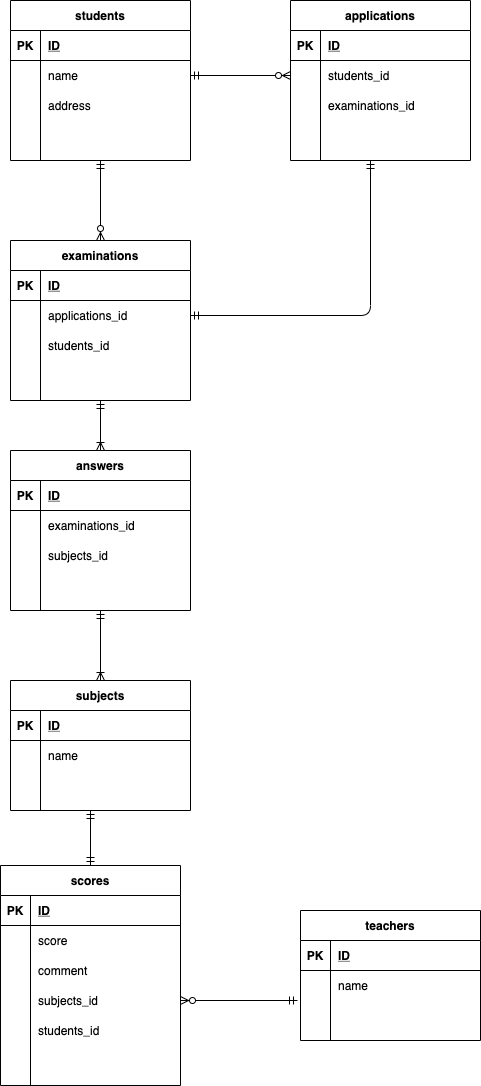
Before: index.drawio.png, a diagram exported from draw.io (nann-q/ER). Source tidied: cells renumbered, new cells last; positions are measured from the earlier drawing's top-left corner, leaving out a move shared by most shapes.
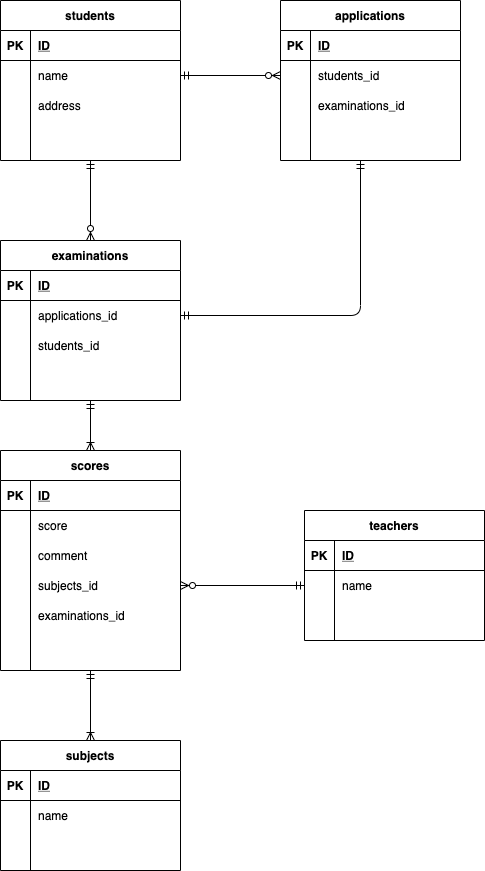
After the commit.

Change to the diagram source:
```diff
@@ -83,8 +83,10 @@
     <mxCell id="28" style="shape=partialRectangle;fillColor=none;top=0;left=0;bottom=0;right=0;align=left;spacingLeft=6;overflow=hidden;" parent="26" vertex="1">
       <mxGeometry x="30" width="150" height="30" as="geometry" />
     </mxCell>
-    <mxCell id="29" style="edgeStyle=orthogonalEdgeStyle;rounded=0;jettySize=auto;html=1;exitX=0.5;exitY=1;exitDx=0;exitDy=0;entryX=0.5;entryY=0;entryDx=0;entryDy=0;startArrow=ERmandOne;startFill=0;endArrow=ERoneToMany;endFill=0;" parent="1" edge="1" source="30" target="76">
-      <mxGeometry relative="1" as="geometry" />
+    <mxCell id="29" style="edgeStyle=orthogonalEdgeStyle;rounded=0;jettySize=auto;html=1;exitX=0.5;exitY=1;exitDx=0;exitDy=0;entryX=0.5;entryY=0;entryDx=0;entryDy=0;startArrow=ERmandOne;startFill=0;endArrow=ERoneToMany;endFill=0;" parent="1" edge="1" source="30">
+      <mxGeometry relative="1" as="geometry">
+        <mxPoint x="100" y="450" as="targetPoint" />
+      </mxGeometry>
     </mxCell>
     <mxCell id="30" value="examinations" style="shape=table;startSize=30;rowLines=0;fontStyle=1;align=center;" parent="1" vertex="1">
       <mxGeometry x="10" y="240" width="180" height="160" as="geometry" />
@@ -125,13 +127,11 @@
     <mxCell id="42" style="shape=partialRectangle;fillColor=none;top=0;left=0;bottom=0;right=0;align=left;spacingLeft=6;overflow=hidden;" parent="40" vertex="1">
       <mxGeometry x="30" width="150" height="30" as="geometry" />
     </mxCell>
-    <mxCell id="43" style="edgeStyle=orthogonalEdgeStyle;rounded=0;jettySize=auto;html=1;startArrow=ERmandOne;startFill=0;endArrow=ERmandOne;endFill=0;" parent="1" edge="1" target="44">
-      <mxGeometry relative="1" as="geometry">
-        <mxPoint x="90" y="810" as="sourcePoint" />
-      </mxGeometry>
-    </mxCell>
+    <mxCell id="100" style="edgeStyle=orthogonalEdgeStyle;rounded=0;jettySize=auto;html=1;exitX=0.5;exitY=1;exitDx=0;exitDy=0;entryX=0.5;entryY=0;entryDx=0;entryDy=0;endArrow=ERoneToMany;endFill=0;startArrow=ERmandOne;startFill=0;" parent="1" edge="1" source="44" target="89">
+      <mxGeometry relative="1" as="geometry" />
+    </mxCell>
     <mxCell id="44" value="scores" style="shape=table;startSize=30;rowLines=0;fontStyle=1;align=center;" parent="1" vertex="1">
-      <mxGeometry y="865" width="180" height="220" as="geometry" />
+      <mxGeometry x="10" y="450" width="180" height="220" as="geometry" />
     </mxCell>
     <mxCell id="45" style="shape=partialRectangle;fillColor=none;top=0;left=0;bottom=1;right=0;" parent="44" vertex="1">
       <mxGeometry y="30" width="180" height="30" as="geometry" />
@@ -175,7 +175,7 @@
     <mxCell id="58" style="shape=partialRectangle;fillColor=none;top=0;left=0;bottom=0;right=0;overflow=hidden;" parent="57" vertex="1">
       <mxGeometry width="30" height="30" as="geometry" />
     </mxCell>
-    <mxCell id="59" value="students_id" style="shape=partialRectangle;fillColor=none;top=0;left=0;bottom=0;right=0;align=left;spacingLeft=6;overflow=hidden;" parent="57" vertex="1">
+    <mxCell id="59" value="examinations_id" style="shape=partialRectangle;fillColor=none;top=0;left=0;bottom=0;right=0;align=left;spacingLeft=6;overflow=hidden;" parent="57" vertex="1">
       <mxGeometry x="30" width="150" height="30" as="geometry" />
     </mxCell>
     <mxCell id="60" style="shape=partialRectangle;fillColor=none;top=0;left=0;bottom=0;right=0;" parent="44" vertex="1">
@@ -188,7 +188,7 @@
       <mxGeometry x="30" width="150" height="30" as="geometry" />
     </mxCell>
     <mxCell id="63" value="teachers" style="shape=table;startSize=30;rowLines=0;fontStyle=1;align=center;" parent="1" vertex="1">
-      <mxGeometry x="300" y="910" width="180" height="130" as="geometry" />
+      <mxGeometry x="314" y="510" width="180" height="130" as="geometry" />
     </mxCell>
     <mxCell id="64" style="shape=partialRectangle;fillColor=none;top=0;left=0;bottom=1;right=0;" parent="63" vertex="1">
       <mxGeometry y="30" width="180" height="30" as="geometry" />
@@ -225,50 +225,8 @@
         <mxPoint x="370" y="160" as="sourcePoint" />
       </mxGeometry>
     </mxCell>
-    <mxCell id="75" style="edgeStyle=orthogonalEdgeStyle;rounded=0;jettySize=auto;html=1;entryX=0.5;entryY=0;entryDx=0;entryDy=0;startArrow=ERmandOne;startFill=0;endArrow=ERoneToMany;endFill=0;" parent="1" edge="1" source="76" target="89">
-      <mxGeometry relative="1" as="geometry" />
-    </mxCell>
-    <mxCell id="76" value="answers" style="shape=table;startSize=30;rowLines=0;fontStyle=1;align=center;" parent="1" vertex="1">
-      <mxGeometry x="10" y="450" width="180" height="160" as="geometry" />
-    </mxCell>
-    <mxCell id="77" style="shape=partialRectangle;fillColor=none;top=0;left=0;bottom=1;right=0;" parent="76" vertex="1">
-      <mxGeometry y="30" width="180" height="30" as="geometry" />
-    </mxCell>
-    <mxCell id="78" value="PK" style="shape=partialRectangle;fillColor=none;top=0;left=0;bottom=0;right=0;fontStyle=1;overflow=hidden;" parent="77" vertex="1">
-      <mxGeometry width="30" height="30" as="geometry" />
-    </mxCell>
-    <mxCell id="79" value="ID" style="shape=partialRectangle;fillColor=none;top=0;left=0;bottom=0;right=0;align=left;spacingLeft=6;fontStyle=5;overflow=hidden;" parent="77" vertex="1">
-      <mxGeometry x="30" width="150" height="30" as="geometry" />
-    </mxCell>
-    <mxCell id="80" style="shape=partialRectangle;fillColor=none;top=0;left=0;bottom=0;right=0;" parent="76" vertex="1">
-      <mxGeometry y="60" width="180" height="30" as="geometry" />
-    </mxCell>
-    <mxCell id="81" style="shape=partialRectangle;fillColor=none;top=0;left=0;bottom=0;right=0;overflow=hidden;" parent="80" vertex="1">
-      <mxGeometry width="30" height="30" as="geometry" />
-    </mxCell>
-    <mxCell id="82" value="examinations_id" style="shape=partialRectangle;fillColor=none;top=0;left=0;bottom=0;right=0;align=left;spacingLeft=6;overflow=hidden;" parent="80" vertex="1">
-      <mxGeometry x="30" width="150" height="30" as="geometry" />
-    </mxCell>
-    <mxCell id="83" style="shape=partialRectangle;fillColor=none;top=0;left=0;bottom=0;right=0;" parent="76" vertex="1">
-      <mxGeometry y="90" width="180" height="30" as="geometry" />
-    </mxCell>
-    <mxCell id="84" style="shape=partialRectangle;fillColor=none;top=0;left=0;bottom=0;right=0;overflow=hidden;" parent="83" vertex="1">
-      <mxGeometry width="30" height="30" as="geometry" />
-    </mxCell>
-    <mxCell id="85" value="subjects_id" style="shape=partialRectangle;fillColor=none;top=0;left=0;bottom=0;right=0;align=left;spacingLeft=6;overflow=hidden;" parent="83" vertex="1">
-      <mxGeometry x="30" width="150" height="30" as="geometry" />
-    </mxCell>
-    <mxCell id="86" style="shape=partialRectangle;fillColor=none;top=0;left=0;bottom=0;right=0;" parent="76" vertex="1">
-      <mxGeometry y="120" width="180" height="30" as="geometry" />
-    </mxCell>
-    <mxCell id="87" style="shape=partialRectangle;fillColor=none;top=0;left=0;bottom=0;right=0;overflow=hidden;" parent="86" vertex="1">
-      <mxGeometry width="30" height="30" as="geometry" />
-    </mxCell>
-    <mxCell id="88" style="shape=partialRectangle;fillColor=none;top=0;left=0;bottom=0;right=0;align=left;spacingLeft=6;overflow=hidden;" parent="86" vertex="1">
-      <mxGeometry x="30" width="150" height="30" as="geometry" />
-    </mxCell>
     <mxCell id="89" value="subjects" style="shape=table;startSize=30;rowLines=0;fontStyle=1;align=center;" parent="1" vertex="1">
-      <mxGeometry x="10" y="680" width="180" height="130" as="geometry" />
+      <mxGeometry x="10" y="740" width="180" height="130" as="geometry" />
     </mxCell>
     <mxCell id="90" style="shape=partialRectangle;fillColor=none;top=0;left=0;bottom=1;right=0;" parent="89" vertex="1">
       <mxGeometry y="30" width="180" height="30" as="geometry" />
@@ -297,10 +255,8 @@
     <mxCell id="98" style="shape=partialRectangle;fillColor=none;top=0;left=0;bottom=0;right=0;align=left;spacingLeft=6;overflow=hidden;" parent="96" vertex="1">
       <mxGeometry x="30" width="150" height="30" as="geometry" />
     </mxCell>
-    <mxCell id="99" style="edgeStyle=orthogonalEdgeStyle;rounded=0;jettySize=auto;html=1;exitX=1;exitY=0.5;exitDx=0;exitDy=0;startArrow=ERzeroToMany;startFill=1;endArrow=ERmandOne;endFill=0;" parent="1" edge="1" source="54">
-      <mxGeometry relative="1" as="geometry">
-        <mxPoint x="297" y="1000" as="targetPoint" />
-      </mxGeometry>
+    <mxCell id="99" style="edgeStyle=orthogonalEdgeStyle;rounded=0;jettySize=auto;html=1;exitX=1;exitY=0.5;exitDx=0;exitDy=0;startArrow=ERzeroToMany;startFill=1;endArrow=ERmandOne;endFill=0;entryX=0;entryY=0.5;entryDx=0;entryDy=0;" parent="1" edge="1" source="54" target="67">
+      <mxGeometry relative="1" as="geometry" />
     </mxCell>
   </root>
 </mxGraphModel>
```
